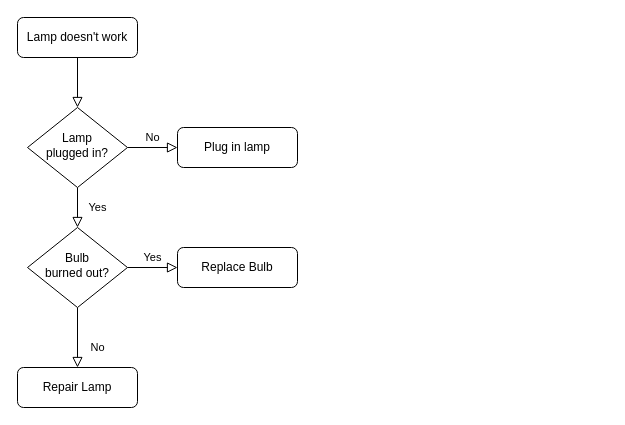
Before: Untitled Diagram.drawio in 20010404/test, a draw.io diagram. Source tidied: cells renumbered, new cells numbered last; positions are measured from the earlier drawing's top-left corner, leaving out a move shared by most shapes. Both pictures are drawn from the tidied source at 100%, with x=0, y=0 at pixel (17, 17).
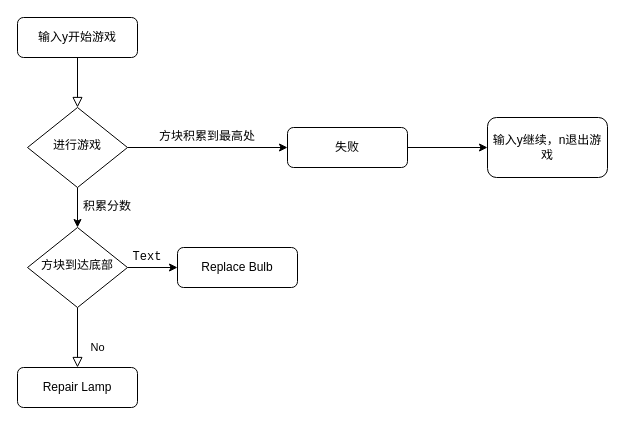
The same page after the edit.

Change to the diagram source:
```diff
@@
 <mxGraphModel>
   <root>
     <mxCell id="0" />
     <mxCell id="1" parent="0" />
     <mxCell id="2" style="rounded=0;html=1;jettySize=auto;fontSize=11;endArrow=block;endFill=0;endSize=8;strokeWidth=1;shadow=0;labelBackgroundColor=none;edgeStyle=orthogonalEdgeStyle;" parent="1" edge="1" source="3" target="6">
       <mxGeometry relative="1" as="geometry" />
     </mxCell>
-    <mxCell id="3" value="Lamp doesn't work" style="rounded=1;whiteSpace=wrap;html=1;fontSize=12;glass=0;strokeWidth=1;shadow=0;" parent="1" vertex="1">
+    <mxCell id="3" value="输入y开始游戏" style="rounded=1;whiteSpace=wrap;html=1;fontSize=12;glass=0;strokeWidth=1;shadow=0;" parent="1" vertex="1">
       <mxGeometry width="120" height="40" as="geometry" />
     </mxCell>
-    <mxCell id="4" value="Yes" style="rounded=0;html=1;jettySize=auto;fontSize=11;endArrow=block;endFill=0;endSize=8;strokeWidth=1;shadow=0;labelBackgroundColor=none;edgeStyle=orthogonalEdgeStyle;" parent="1" edge="1" source="6" target="10">
-      <mxGeometry y="20" relative="1" as="geometry" />
+    <mxCell id="4" style="edgeStyle=orthogonalEdgeStyle;rounded=0;jettySize=auto;html=1;exitX=0.5;exitY=1;exitDx=0;exitDy=0;fontFamily=Courier New;" parent="1" edge="1" source="6" target="10">
+      <mxGeometry relative="1" as="geometry" />
     </mxCell>
-    <mxCell id="5" value="No" style="edgeStyle=orthogonalEdgeStyle;rounded=0;html=1;jettySize=auto;fontSize=11;endArrow=block;endFill=0;endSize=8;strokeWidth=1;shadow=0;labelBackgroundColor=none;" parent="1" edge="1" source="6" target="7">
-      <mxGeometry y="10" relative="1" as="geometry" />
+    <mxCell id="5" style="edgeStyle=orthogonalEdgeStyle;rounded=0;jettySize=auto;html=1;fontFamily=Courier New;" parent="1" edge="1" source="6" target="7">
+      <mxGeometry relative="1" as="geometry" />
     </mxCell>
-    <mxCell id="6" value="Lamp&lt;br&gt;plugged in?" style="rhombus;whiteSpace=wrap;html=1;shadow=0;fontFamily=Helvetica;fontSize=12;align=center;strokeWidth=1;spacing=6;spacingTop=-4;" parent="1" vertex="1">
+    <mxCell id="6" value="进行游戏" style="rhombus;whiteSpace=wrap;html=1;shadow=0;fontFamily=Helvetica;fontSize=12;align=center;strokeWidth=1;spacing=6;spacingTop=-4;" parent="1" vertex="1">
       <mxGeometry x="10" y="90" width="100" height="80" as="geometry" />
     </mxCell>
+    <mxCell id="13" style="edgeStyle=orthogonalEdgeStyle;rounded=0;jettySize=auto;html=1;" parent="1" edge="1" source="7" target="14">
+      <mxGeometry relative="1" as="geometry" />
+    </mxCell>
-    <mxCell id="7" value="Plug in lamp" style="rounded=1;whiteSpace=wrap;html=1;fontSize=12;glass=0;strokeWidth=1;shadow=0;" parent="1" vertex="1">
-      <mxGeometry x="160" y="110" width="120" height="40" as="geometry" />
+    <mxCell id="7" value="失败" style="rounded=1;whiteSpace=wrap;html=1;fontSize=12;glass=0;strokeWidth=1;shadow=0;" parent="1" vertex="1">
+      <mxGeometry x="270" y="110" width="120" height="40" as="geometry" />
     </mxCell>
     <mxCell id="8" value="No" style="rounded=0;html=1;jettySize=auto;fontSize=11;endArrow=block;endFill=0;endSize=8;strokeWidth=1;shadow=0;labelBackgroundColor=none;edgeStyle=orthogonalEdgeStyle;" parent="1" edge="1" source="10" target="11">
       <mxGeometry x="0.33" y="20" relative="1" as="geometry" />
     </mxCell>
-    <mxCell id="9" value="Yes" style="edgeStyle=orthogonalEdgeStyle;rounded=0;html=1;jettySize=auto;fontSize=11;endArrow=block;endFill=0;endSize=8;strokeWidth=1;shadow=0;labelBackgroundColor=none;" parent="1" edge="1" source="10" target="12">
-      <mxGeometry y="10" relative="1" as="geometry" />
+    <mxCell id="9" style="edgeStyle=orthogonalEdgeStyle;rounded=0;jettySize=auto;html=1;exitX=1;exitY=0.5;exitDx=0;exitDy=0;entryX=0;entryY=0.5;entryDx=0;entryDy=0;fontFamily=Courier New;" parent="1" edge="1" source="10" target="12">
+      <mxGeometry relative="1" as="geometry" />
     </mxCell>
-    <mxCell id="10" value="Bulb&lt;br&gt;burned out?" style="rhombus;whiteSpace=wrap;html=1;shadow=0;fontFamily=Helvetica;fontSize=12;align=center;strokeWidth=1;spacing=6;spacingTop=-4;" parent="1" vertex="1">
+    <mxCell id="10" value="方块到达底部" style="rhombus;whiteSpace=wrap;html=1;shadow=0;fontFamily=Helvetica;fontSize=12;align=center;strokeWidth=1;spacing=6;spacingTop=-4;" parent="1" vertex="1">
       <mxGeometry x="10" y="210" width="100" height="80" as="geometry" />
     </mxCell>
     <mxCell id="11" value="Repair Lamp" style="rounded=1;whiteSpace=wrap;html=1;fontSize=12;glass=0;strokeWidth=1;shadow=0;" parent="1" vertex="1">
       <mxGeometry y="350" width="120" height="40" as="geometry" />
     </mxCell>
     <mxCell id="12" value="Replace Bulb" style="rounded=1;whiteSpace=wrap;html=1;fontSize=12;glass=0;strokeWidth=1;shadow=0;" parent="1" vertex="1">
       <mxGeometry x="160" y="230" width="120" height="40" as="geometry" />
     </mxCell>
+    <mxCell id="14" value="输入y继续，n退出游戏" style="whiteSpace=wrap;html=1;rounded=1;shadow=0;strokeWidth=1;glass=0;" parent="1" vertex="1">
+      <mxGeometry x="470" y="100" width="120" height="60" as="geometry" />
+    </mxCell>
+    <mxCell id="15" value="积累分数" style="text;html=1;strokeColor=none;fillColor=none;align=center;verticalAlign=middle;whiteSpace=wrap;rounded=0;fontFamily=Courier New;" parent="1" vertex="1">
+      <mxGeometry x="60" y="180" width="60" height="20" as="geometry" />
+    </mxCell>
+    <mxCell id="16" value="Text" style="text;html=1;strokeColor=none;fillColor=none;align=center;verticalAlign=middle;whiteSpace=wrap;rounded=0;fontFamily=Courier New;" parent="1" vertex="1">
+      <mxGeometry x="110" y="230" width="40" height="20" as="geometry" />
+    </mxCell>
+    <mxCell id="17" value="方块积累到最高处" style="text;html=1;strokeColor=none;fillColor=none;align=center;verticalAlign=middle;whiteSpace=wrap;rounded=0;fontFamily=Courier New;" parent="1" vertex="1">
+      <mxGeometry x="140" y="110" width="100" height="20" as="geometry" />
+    </mxCell>
   </root>
 </mxGraphModel>
```
